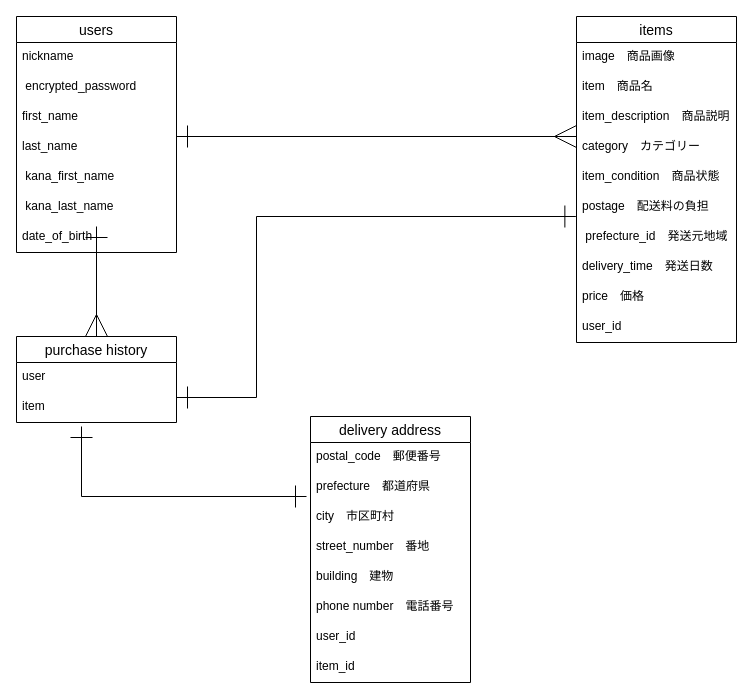
Earlier version of the draw.io diagram test.dio (pig002238/furima-39864ver3.4). Source tidied: cells renumbered, new cells numbered last; positions are measured from the earlier drawing's top-left corner, leaving out a move shared by most shapes. Both pictures are drawn from the tidied source at 100%, with x=0, y=0 at pixel (16, 16).
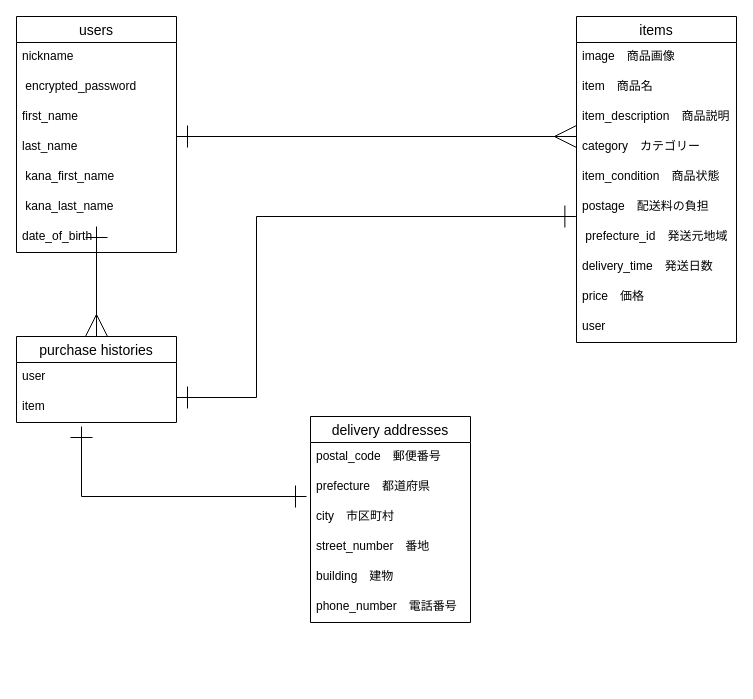
The same diagram, later.

Unchanged cells that the change refers to:
```xml
<mxCell id="10" value="items" style="swimlane;fontStyle=0;horizontal=1;startSize=26;align=center;fontSize=14;" parent="1" vertex="1">
  <mxGeometry x="560" width="160" height="326" as="geometry" />
</mxCell>
```

Diff of the diagram source:
```diff
@@
-    <mxCell id="20" value="user_id" style="text;strokeColor=none;fillColor=none;spacingLeft=4;spacingRight=4;overflow=hidden;fontSize=12;" parent="10" vertex="1">
+    <mxCell id="20" value="user" style="text;strokeColor=none;fillColor=none;spacingLeft=4;spacingRight=4;overflow=hidden;fontSize=12;" parent="10" vertex="1">
       <mxGeometry y="296" width="160" height="30" as="geometry" />
     </mxCell>
-    <mxCell id="21" value="purchase history" style="swimlane;fontStyle=0;horizontal=1;startSize=26;align=center;fontSize=14;" parent="1" vertex="1">
+    <mxCell id="21" value="purchase histories" style="swimlane;fontStyle=0;horizontal=1;startSize=26;align=center;fontSize=14;" parent="1" vertex="1">
       <mxGeometry y="320" width="160" height="86" as="geometry" />
     </mxCell>
@@
-    <mxCell id="27" value="delivery address" style="swimlane;fontStyle=0;horizontal=1;startSize=26;align=center;fontSize=14;" parent="1" vertex="1">
-      <mxGeometry x="294" y="400" width="160" height="266" as="geometry" />
+    <mxCell id="27" value="delivery addresses" style="swimlane;fontStyle=0;horizontal=1;startSize=26;align=center;fontSize=14;" parent="1" vertex="1">
+      <mxGeometry x="294" y="400" width="160" height="206" as="geometry" />
     </mxCell>
@@
-    <mxCell id="33" value="phone number　電話番号" style="text;strokeColor=none;fillColor=none;spacingLeft=4;spacingRight=4;overflow=hidden;fontSize=12;" parent="27" vertex="1">
+    <mxCell id="33" value="phone_number　電話番号" style="text;strokeColor=none;fillColor=none;spacingLeft=4;spacingRight=4;overflow=hidden;fontSize=12;" parent="27" vertex="1">
       <mxGeometry y="176" width="160" height="30" as="geometry" />
     </mxCell>
-    <mxCell id="34" value="user_id" style="text;strokeColor=none;fillColor=none;spacingLeft=4;spacingRight=4;overflow=hidden;fontSize=12;" parent="27" vertex="1">
-      <mxGeometry y="206" width="160" height="30" as="geometry" />
-    </mxCell>
-    <mxCell id="35" value="item_id" style="text;strokeColor=none;fillColor=none;spacingLeft=4;spacingRight=4;overflow=hidden;fontSize=12;" parent="27" vertex="1">
-      <mxGeometry y="236" width="160" height="30" as="geometry" />
-    </mxCell>
```
